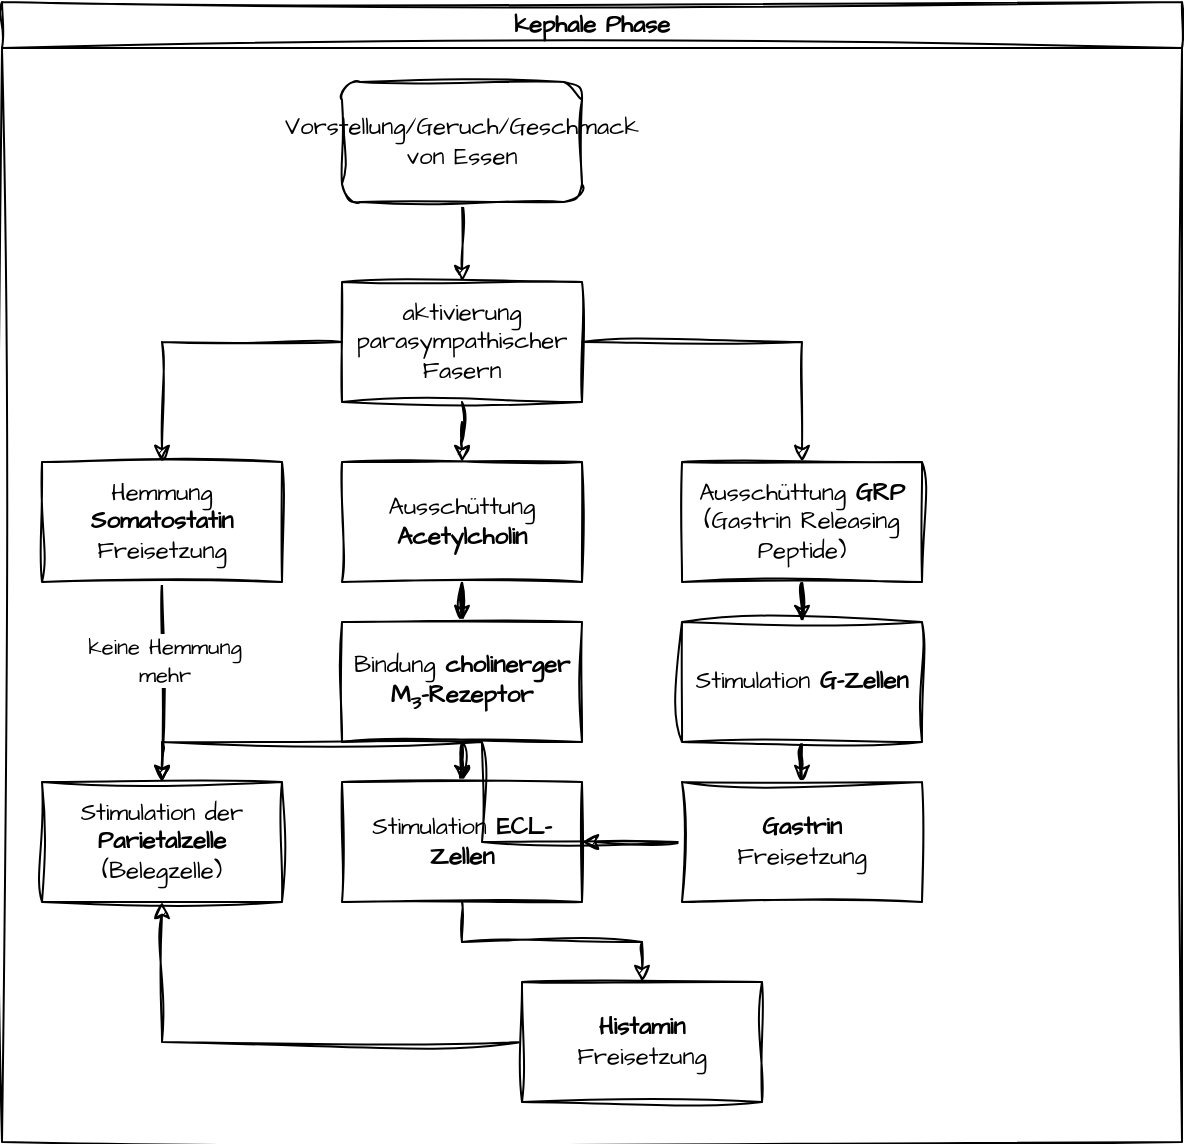
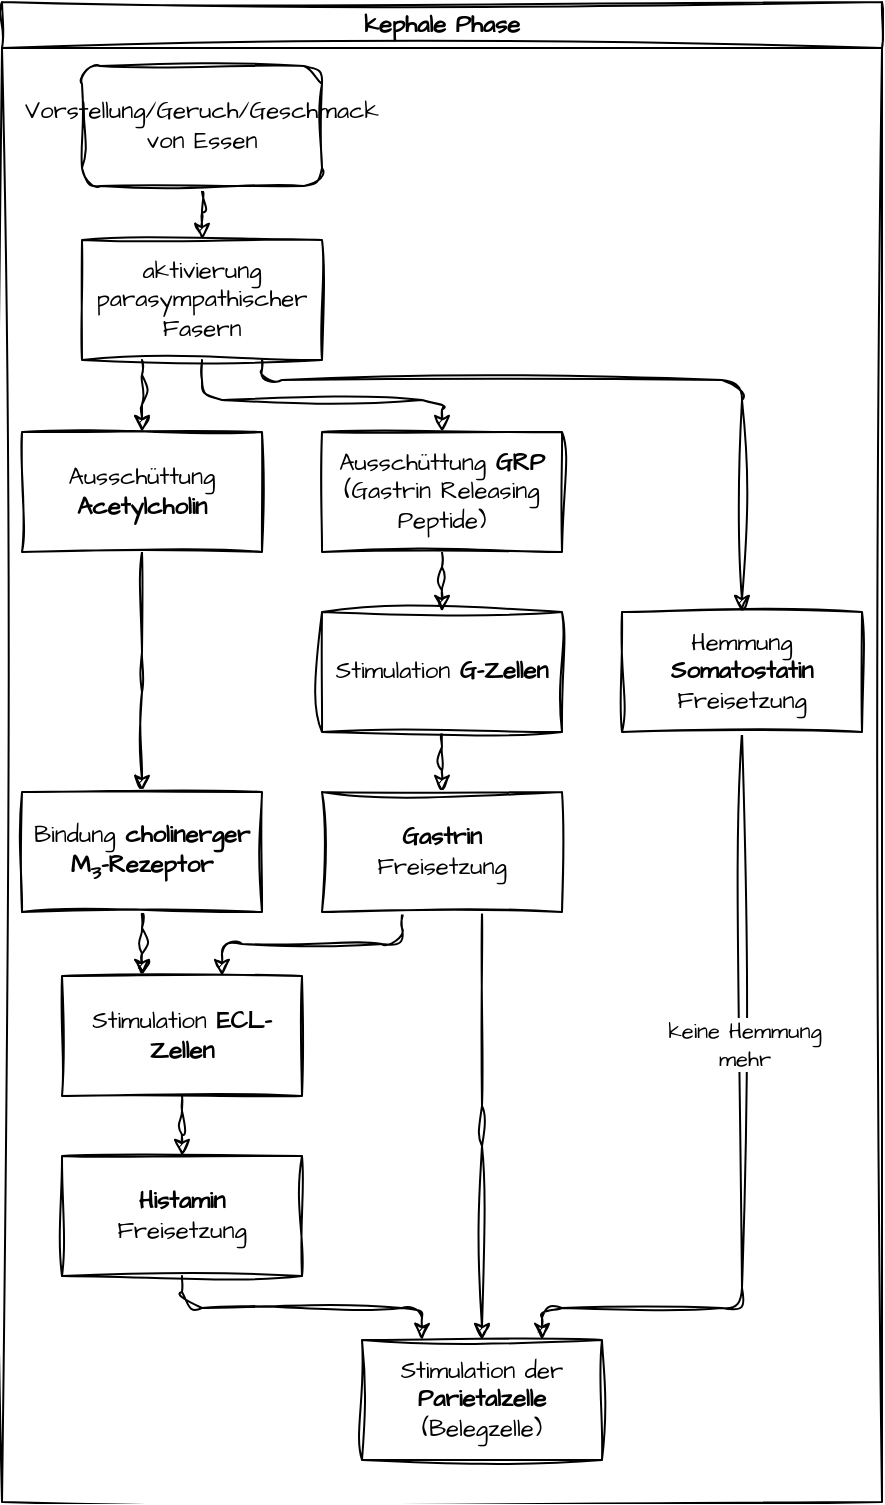
<mxfile host="app.diagrams.net">
  <diagram name="Seite-1" id="ZkxCS-knbjv807ul3-xC">
-     <mxGraphModel dx="845" dy="524" grid="1" gridSize="10" guides="1" tooltips="1" connect="1" arrows="1" fold="1" page="1" pageScale="1" pageWidth="1169" pageHeight="1169" math="0" shadow="0">
+     <mxGraphModel dx="1193" dy="740" grid="1" gridSize="10" guides="1" tooltips="1" connect="1" arrows="1" fold="1" page="1" pageScale="1" pageWidth="1169" pageHeight="1169" math="0" shadow="0">
      <root>
        <mxCell id="0" />
        <mxCell id="1" parent="0" />
        <mxCell id="Gn51nUAQPkRAiKk4klVY-2" parent="1" style="swimlane;whiteSpace=wrap;html=1;sketch=1;hachureGap=4;jiggle=2;curveFitting=1;fontFamily=Architects Daughter;fontSource=https%3A%2F%2Ffonts.googleapis.com%2Fcss%3Ffamily%3DArchitects%2BDaughter;" value="kephale Phase" vertex="1">
-           <mxGeometry height="570" width="590" x="20" y="160" as="geometry" />
+           <mxGeometry height="750" width="440" x="70" y="70" as="geometry" />
        </mxCell>
-         <mxCell id="Gn51nUAQPkRAiKk4klVY-5" edge="1" parent="Gn51nUAQPkRAiKk4klVY-2" source="Gn51nUAQPkRAiKk4klVY-3" style="edgeStyle=orthogonalEdgeStyle;rounded=0;sketch=1;hachureGap=4;jiggle=2;curveFitting=1;orthogonalLoop=1;jettySize=auto;html=1;fontFamily=Architects Daughter;fontSource=https%3A%2F%2Ffonts.googleapis.com%2Fcss%3Ffamily%3DArchitects%2BDaughter;" target="Gn51nUAQPkRAiKk4klVY-4">
-           <mxGeometry relative="1" as="geometry" />
+         <mxCell id="Gn51nUAQPkRAiKk4klVY-5" edge="1" parent="Gn51nUAQPkRAiKk4klVY-2" source="Gn51nUAQPkRAiKk4klVY-3" style="rounded=1;sketch=1;hachureGap=4;jiggle=2;curveFitting=1;orthogonalLoop=1;jettySize=auto;html=1;fontFamily=Architects Daughter;fontSource=https%3A%2F%2Ffonts.googleapis.com%2Fcss%3Ffamily%3DArchitects%2BDaughter;curved=0;exitX=0.5;exitY=1;entryX=0.5;entryY=0;edgeStyle=orthogonalEdgeStyle;" target="Gn51nUAQPkRAiKk4klVY-4">
+           <mxGeometry relative="1" as="geometry">
+             <Array as="points">
+               <mxPoint x="100" y="98" />
+             </Array>
+           </mxGeometry>
        </mxCell>
        <mxCell id="Gn51nUAQPkRAiKk4klVY-3" parent="Gn51nUAQPkRAiKk4klVY-2" style="rounded=1;whiteSpace=wrap;html=1;sketch=1;hachureGap=4;jiggle=2;curveFitting=1;fontFamily=Architects Daughter;fontSource=https%3A%2F%2Ffonts.googleapis.com%2Fcss%3Ffamily%3DArchitects%2BDaughter;" value="Vorstellung/Geruch/Geschmack von Essen" vertex="1">
-           <mxGeometry height="60" width="120" x="170" y="40" as="geometry" />
+           <mxGeometry height="60" width="120" x="40" y="32" as="geometry" />
        </mxCell>
-         <mxCell id="Gn51nUAQPkRAiKk4klVY-18" edge="1" parent="Gn51nUAQPkRAiKk4klVY-2" source="Gn51nUAQPkRAiKk4klVY-4" style="edgeStyle=orthogonalEdgeStyle;rounded=0;sketch=1;hachureGap=4;jiggle=2;curveFitting=1;orthogonalLoop=1;jettySize=auto;html=1;fontFamily=Architects Daughter;fontSource=https%3A%2F%2Ffonts.googleapis.com%2Fcss%3Ffamily%3DArchitects%2BDaughter;" target="Gn51nUAQPkRAiKk4klVY-6">
-           <mxGeometry relative="1" as="geometry" />
+         <mxCell id="Gn51nUAQPkRAiKk4klVY-18" edge="1" parent="Gn51nUAQPkRAiKk4klVY-2" source="Gn51nUAQPkRAiKk4klVY-4" style="rounded=1;sketch=1;hachureGap=4;jiggle=2;curveFitting=1;orthogonalLoop=1;jettySize=auto;html=1;fontFamily=Architects Daughter;fontSource=https%3A%2F%2Ffonts.googleapis.com%2Fcss%3Ffamily%3DArchitects%2BDaughter;curved=0;exitX=0.25;exitY=1;entryX=0.5;entryY=0;edgeStyle=orthogonalEdgeStyle;" target="Gn51nUAQPkRAiKk4klVY-6">
+           <mxGeometry relative="1" as="geometry">
+             <Array as="points">
+               <mxPoint x="70" y="194" />
+             </Array>
+           </mxGeometry>
        </mxCell>
-         <mxCell id="Gn51nUAQPkRAiKk4klVY-19" edge="1" parent="Gn51nUAQPkRAiKk4klVY-2" source="Gn51nUAQPkRAiKk4klVY-4" style="edgeStyle=orthogonalEdgeStyle;rounded=0;sketch=1;hachureGap=4;jiggle=2;curveFitting=1;orthogonalLoop=1;jettySize=auto;html=1;fontFamily=Architects Daughter;fontSource=https%3A%2F%2Ffonts.googleapis.com%2Fcss%3Ffamily%3DArchitects%2BDaughter;" target="Gn51nUAQPkRAiKk4klVY-11">
-           <mxGeometry relative="1" as="geometry" />
+         <mxCell id="Gn51nUAQPkRAiKk4klVY-19" edge="1" parent="Gn51nUAQPkRAiKk4klVY-2" source="Gn51nUAQPkRAiKk4klVY-4" style="rounded=1;sketch=1;hachureGap=4;jiggle=2;curveFitting=1;orthogonalLoop=1;jettySize=auto;html=1;fontFamily=Architects Daughter;fontSource=https%3A%2F%2Ffonts.googleapis.com%2Fcss%3Ffamily%3DArchitects%2BDaughter;curved=0;exitX=0.5;exitY=1;entryX=0.5;entryY=0;edgeStyle=orthogonalEdgeStyle;" target="Gn51nUAQPkRAiKk4klVY-11">
+           <mxGeometry relative="1" as="geometry">
+             <Array as="points">
+               <mxPoint x="100" y="199" />
+               <mxPoint x="220" y="199" />
+             </Array>
+           </mxGeometry>
        </mxCell>
-         <mxCell id="Gn51nUAQPkRAiKk4klVY-25" edge="1" parent="Gn51nUAQPkRAiKk4klVY-2" source="Gn51nUAQPkRAiKk4klVY-4" style="edgeStyle=orthogonalEdgeStyle;rounded=0;sketch=1;hachureGap=4;jiggle=2;curveFitting=1;orthogonalLoop=1;jettySize=auto;html=1;fontFamily=Architects Daughter;fontSource=https%3A%2F%2Ffonts.googleapis.com%2Fcss%3Ffamily%3DArchitects%2BDaughter;" target="Gn51nUAQPkRAiKk4klVY-24">
-           <mxGeometry relative="1" as="geometry" />
+         <mxCell id="Gn51nUAQPkRAiKk4klVY-25" edge="1" parent="Gn51nUAQPkRAiKk4klVY-2" source="Gn51nUAQPkRAiKk4klVY-4" style="rounded=1;sketch=1;hachureGap=4;jiggle=2;curveFitting=1;orthogonalLoop=1;jettySize=auto;html=1;fontFamily=Architects Daughter;fontSource=https%3A%2F%2Ffonts.googleapis.com%2Fcss%3Ffamily%3DArchitects%2BDaughter;curved=0;exitX=0.75;exitY=1;entryX=0.5;entryY=0;edgeStyle=orthogonalEdgeStyle;" target="Gn51nUAQPkRAiKk4klVY-24">
+           <mxGeometry relative="1" as="geometry">
+             <Array as="points">
+               <mxPoint x="130" y="189" />
+               <mxPoint x="370" y="189" />
+             </Array>
+           </mxGeometry>
        </mxCell>
        <mxCell id="Gn51nUAQPkRAiKk4klVY-4" parent="Gn51nUAQPkRAiKk4klVY-2" style="whiteSpace=wrap;html=1;sketch=1;hachureGap=4;jiggle=2;curveFitting=1;fontFamily=Architects Daughter;fontSource=https%3A%2F%2Ffonts.googleapis.com%2Fcss%3Ffamily%3DArchitects%2BDaughter;" value="aktivierung parasympathischer Fasern" vertex="1">
-           <mxGeometry height="60" width="120" x="170" y="140" as="geometry" />
+           <mxGeometry height="60" width="120" x="40" y="119" as="geometry" />
        </mxCell>
-         <mxCell id="Gn51nUAQPkRAiKk4klVY-20" edge="1" parent="Gn51nUAQPkRAiKk4klVY-2" source="Gn51nUAQPkRAiKk4klVY-6" style="edgeStyle=orthogonalEdgeStyle;rounded=0;sketch=1;hachureGap=4;jiggle=2;curveFitting=1;orthogonalLoop=1;jettySize=auto;html=1;fontFamily=Architects Daughter;fontSource=https%3A%2F%2Ffonts.googleapis.com%2Fcss%3Ffamily%3DArchitects%2BDaughter;" target="Gn51nUAQPkRAiKk4klVY-7">
-           <mxGeometry relative="1" as="geometry" />
+         <mxCell id="Gn51nUAQPkRAiKk4klVY-20" edge="1" parent="Gn51nUAQPkRAiKk4klVY-2" source="Gn51nUAQPkRAiKk4klVY-6" style="rounded=1;sketch=1;hachureGap=4;jiggle=2;curveFitting=1;orthogonalLoop=1;jettySize=auto;html=1;fontFamily=Architects Daughter;fontSource=https%3A%2F%2Ffonts.googleapis.com%2Fcss%3Ffamily%3DArchitects%2BDaughter;curved=0;exitX=0.5;exitY=1;entryX=0.5;entryY=0;edgeStyle=orthogonalEdgeStyle;" target="Gn51nUAQPkRAiKk4klVY-7">
+           <mxGeometry relative="1" as="geometry">
+             <Array as="points">
+               <mxPoint x="70" y="335" />
+             </Array>
+           </mxGeometry>
        </mxCell>
        <mxCell id="Gn51nUAQPkRAiKk4klVY-6" parent="Gn51nUAQPkRAiKk4klVY-2" style="whiteSpace=wrap;html=1;sketch=1;hachureGap=4;jiggle=2;curveFitting=1;fontFamily=Architects Daughter;fontSource=https%3A%2F%2Ffonts.googleapis.com%2Fcss%3Ffamily%3DArchitects%2BDaughter;" value="Ausschüttung &lt;b&gt;Acetylcholin&lt;/b&gt;" vertex="1">
-           <mxGeometry height="60" width="120" x="170" y="230" as="geometry" />
+           <mxGeometry height="60" width="120" x="10" y="215" as="geometry" />
        </mxCell>
-         <mxCell id="Gn51nUAQPkRAiKk4klVY-21" edge="1" parent="Gn51nUAQPkRAiKk4klVY-2" source="Gn51nUAQPkRAiKk4klVY-7" style="edgeStyle=orthogonalEdgeStyle;rounded=0;sketch=1;hachureGap=4;jiggle=2;curveFitting=1;orthogonalLoop=1;jettySize=auto;html=1;fontFamily=Architects Daughter;fontSource=https%3A%2F%2Ffonts.googleapis.com%2Fcss%3Ffamily%3DArchitects%2BDaughter;" target="Gn51nUAQPkRAiKk4klVY-9">
-           <mxGeometry relative="1" as="geometry" />
+         <mxCell id="Gn51nUAQPkRAiKk4klVY-21" edge="1" parent="Gn51nUAQPkRAiKk4klVY-2" source="Gn51nUAQPkRAiKk4klVY-7" style="rounded=1;sketch=1;hachureGap=4;jiggle=2;curveFitting=1;orthogonalLoop=1;jettySize=auto;html=1;fontFamily=Architects Daughter;fontSource=https%3A%2F%2Ffonts.googleapis.com%2Fcss%3Ffamily%3DArchitects%2BDaughter;curved=0;exitX=0.5;exitY=1;entryX=0.3333;entryY=0;edgeStyle=orthogonalEdgeStyle;" target="Gn51nUAQPkRAiKk4klVY-9">
+           <mxGeometry relative="1" as="geometry">
+             <Array as="points">
+               <mxPoint x="70" y="471" />
+             </Array>
+           </mxGeometry>
        </mxCell>
        <mxCell id="Gn51nUAQPkRAiKk4klVY-7" parent="Gn51nUAQPkRAiKk4klVY-2" style="whiteSpace=wrap;html=1;sketch=1;hachureGap=4;jiggle=2;curveFitting=1;fontFamily=Architects Daughter;fontSource=https%3A%2F%2Ffonts.googleapis.com%2Fcss%3Ffamily%3DArchitects%2BDaughter;" value="Bindung &lt;b&gt;cholinerger M&lt;sub&gt;3&lt;/sub&gt;-Rezeptor&lt;/b&gt;" vertex="1">
-           <mxGeometry height="60" width="120" x="170" y="310" as="geometry" />
+           <mxGeometry height="60" width="120" x="10" y="395" as="geometry" />
        </mxCell>
        <mxCell id="Gn51nUAQPkRAiKk4klVY-8" parent="Gn51nUAQPkRAiKk4klVY-2" style="whiteSpace=wrap;html=1;sketch=1;hachureGap=4;jiggle=2;curveFitting=1;fontFamily=Architects Daughter;fontSource=https%3A%2F%2Ffonts.googleapis.com%2Fcss%3Ffamily%3DArchitects%2BDaughter;" value="&lt;div&gt;Stimulation der &lt;b&gt;Parietalzelle&lt;/b&gt;&lt;/div&gt;(Belegzelle)" vertex="1">
-           <mxGeometry height="60" width="120" x="20" y="390" as="geometry" />
+           <mxGeometry height="60" width="120" x="180" y="669" as="geometry" />
        </mxCell>
        <mxCell id="Gn51nUAQPkRAiKk4klVY-9" parent="Gn51nUAQPkRAiKk4klVY-2" style="whiteSpace=wrap;html=1;sketch=1;hachureGap=4;jiggle=2;curveFitting=1;fontFamily=Architects Daughter;fontSource=https%3A%2F%2Ffonts.googleapis.com%2Fcss%3Ffamily%3DArchitects%2BDaughter;" value="Stimulation &lt;b&gt;ECL-Zellen&lt;/b&gt;" vertex="1">
-           <mxGeometry height="60" width="120" x="170" y="390" as="geometry" />
+           <mxGeometry height="60" width="120" x="30" y="487" as="geometry" />
        </mxCell>
-         <mxCell id="Gn51nUAQPkRAiKk4klVY-16" edge="1" parent="Gn51nUAQPkRAiKk4klVY-2" source="Gn51nUAQPkRAiKk4klVY-11" style="edgeStyle=orthogonalEdgeStyle;rounded=0;sketch=1;hachureGap=4;jiggle=2;curveFitting=1;orthogonalLoop=1;jettySize=auto;html=1;fontFamily=Architects Daughter;fontSource=https%3A%2F%2Ffonts.googleapis.com%2Fcss%3Ffamily%3DArchitects%2BDaughter;" target="Gn51nUAQPkRAiKk4klVY-12">
-           <mxGeometry relative="1" as="geometry" />
+         <mxCell id="Gn51nUAQPkRAiKk4klVY-16" edge="1" parent="Gn51nUAQPkRAiKk4klVY-2" source="Gn51nUAQPkRAiKk4klVY-11" style="rounded=1;sketch=1;hachureGap=4;jiggle=2;curveFitting=1;orthogonalLoop=1;jettySize=auto;html=1;fontFamily=Architects Daughter;fontSource=https%3A%2F%2Ffonts.googleapis.com%2Fcss%3Ffamily%3DArchitects%2BDaughter;curved=0;exitX=0.5;exitY=1;entryX=0.5;entryY=0;edgeStyle=orthogonalEdgeStyle;" target="Gn51nUAQPkRAiKk4klVY-12">
+           <mxGeometry relative="1" as="geometry">
+             <Array as="points">
+               <mxPoint x="220" y="290" />
+             </Array>
+           </mxGeometry>
        </mxCell>
        <mxCell id="Gn51nUAQPkRAiKk4klVY-11" parent="Gn51nUAQPkRAiKk4klVY-2" style="whiteSpace=wrap;html=1;sketch=1;hachureGap=4;jiggle=2;curveFitting=1;fontFamily=Architects Daughter;fontSource=https%3A%2F%2Ffonts.googleapis.com%2Fcss%3Ffamily%3DArchitects%2BDaughter;" value="Ausschüttung &lt;b&gt;GRP&lt;/b&gt; (Gastrin Releasing Peptide)" vertex="1">
-           <mxGeometry height="60" width="120" x="340" y="230" as="geometry" />
+           <mxGeometry height="60" width="120" x="160" y="215" as="geometry" />
        </mxCell>
-         <mxCell id="Gn51nUAQPkRAiKk4klVY-17" edge="1" parent="Gn51nUAQPkRAiKk4klVY-2" source="Gn51nUAQPkRAiKk4klVY-12" style="edgeStyle=orthogonalEdgeStyle;rounded=0;sketch=1;hachureGap=4;jiggle=2;curveFitting=1;orthogonalLoop=1;jettySize=auto;html=1;fontFamily=Architects Daughter;fontSource=https%3A%2F%2Ffonts.googleapis.com%2Fcss%3Ffamily%3DArchitects%2BDaughter;" target="Gn51nUAQPkRAiKk4klVY-13">
-           <mxGeometry relative="1" as="geometry" />
+         <mxCell id="Gn51nUAQPkRAiKk4klVY-17" edge="1" parent="Gn51nUAQPkRAiKk4klVY-2" source="Gn51nUAQPkRAiKk4klVY-12" style="rounded=1;sketch=1;hachureGap=4;jiggle=2;curveFitting=1;orthogonalLoop=1;jettySize=auto;html=1;fontFamily=Architects Daughter;fontSource=https%3A%2F%2Ffonts.googleapis.com%2Fcss%3Ffamily%3DArchitects%2BDaughter;curved=0;exitX=0.5;exitY=1;entryX=0.5;entryY=0;edgeStyle=orthogonalEdgeStyle;" target="Gn51nUAQPkRAiKk4klVY-13">
+           <mxGeometry relative="1" as="geometry">
+             <Array as="points">
+               <mxPoint x="220" y="380" />
+             </Array>
+           </mxGeometry>
        </mxCell>
        <mxCell id="Gn51nUAQPkRAiKk4klVY-12" parent="Gn51nUAQPkRAiKk4klVY-2" style="whiteSpace=wrap;html=1;sketch=1;hachureGap=4;jiggle=2;curveFitting=1;fontFamily=Architects Daughter;fontSource=https%3A%2F%2Ffonts.googleapis.com%2Fcss%3Ffamily%3DArchitects%2BDaughter;" value="Stimulation&amp;nbsp;&lt;b&gt;G-Zellen&lt;/b&gt;" vertex="1">
-           <mxGeometry height="60" width="120" x="340" y="310" as="geometry" />
+           <mxGeometry height="60" width="120" x="160" y="305" as="geometry" />
        </mxCell>
-         <mxCell id="Gn51nUAQPkRAiKk4klVY-14" edge="1" parent="Gn51nUAQPkRAiKk4klVY-2" source="Gn51nUAQPkRAiKk4klVY-13" style="edgeStyle=orthogonalEdgeStyle;rounded=0;sketch=1;hachureGap=4;jiggle=2;curveFitting=1;orthogonalLoop=1;jettySize=auto;html=1;entryX=1;entryY=0.5;entryDx=0;entryDy=0;fontFamily=Architects Daughter;fontSource=https%3A%2F%2Ffonts.googleapis.com%2Fcss%3Ffamily%3DArchitects%2BDaughter;" target="Gn51nUAQPkRAiKk4klVY-9">
-           <mxGeometry relative="1" as="geometry" />
+         <mxCell id="Gn51nUAQPkRAiKk4klVY-14" edge="1" parent="Gn51nUAQPkRAiKk4klVY-2" source="Gn51nUAQPkRAiKk4klVY-13" style="rounded=1;sketch=1;hachureGap=4;jiggle=2;curveFitting=1;orthogonalLoop=1;jettySize=auto;html=1;entryDx=0;entryDy=0;fontFamily=Architects Daughter;fontSource=https%3A%2F%2Ffonts.googleapis.com%2Fcss%3Ffamily%3DArchitects%2BDaughter;curved=0;exitX=0.3333;exitY=1;entryX=0.6667;entryY=0;edgeStyle=orthogonalEdgeStyle;" target="Gn51nUAQPkRAiKk4klVY-9">
+           <mxGeometry relative="1" as="geometry">
+             <Array as="points">
+               <mxPoint x="200" y="471" />
+               <mxPoint x="110" y="471" />
+             </Array>
+           </mxGeometry>
        </mxCell>
-         <mxCell id="Gn51nUAQPkRAiKk4klVY-15" edge="1" parent="Gn51nUAQPkRAiKk4klVY-2" source="Gn51nUAQPkRAiKk4klVY-13" style="edgeStyle=orthogonalEdgeStyle;rounded=0;sketch=1;hachureGap=4;jiggle=2;curveFitting=1;orthogonalLoop=1;jettySize=auto;html=1;entryX=0.5;entryY=0;entryDx=0;entryDy=0;fontFamily=Architects Daughter;fontSource=https%3A%2F%2Ffonts.googleapis.com%2Fcss%3Ffamily%3DArchitects%2BDaughter;" target="Gn51nUAQPkRAiKk4klVY-8">
-           <mxGeometry relative="1" as="geometry" />
+         <mxCell id="Gn51nUAQPkRAiKk4klVY-15" edge="1" parent="Gn51nUAQPkRAiKk4klVY-2" source="Gn51nUAQPkRAiKk4klVY-13" style="rounded=1;sketch=1;hachureGap=4;jiggle=2;curveFitting=1;orthogonalLoop=1;jettySize=auto;html=1;entryDx=0;entryDy=0;fontFamily=Architects Daughter;fontSource=https%3A%2F%2Ffonts.googleapis.com%2Fcss%3Ffamily%3DArchitects%2BDaughter;curved=0;exitX=0.6667;exitY=1;entryX=0.5;entryY=0;edgeStyle=orthogonalEdgeStyle;" target="Gn51nUAQPkRAiKk4klVY-8">
+           <mxGeometry relative="1" as="geometry">
+             <Array as="points">
+               <mxPoint x="240" y="562" />
+             </Array>
+           </mxGeometry>
        </mxCell>
        <mxCell id="Gn51nUAQPkRAiKk4klVY-13" parent="Gn51nUAQPkRAiKk4klVY-2" style="whiteSpace=wrap;html=1;sketch=1;hachureGap=4;jiggle=2;curveFitting=1;fontFamily=Architects Daughter;fontSource=https%3A%2F%2Ffonts.googleapis.com%2Fcss%3Ffamily%3DArchitects%2BDaughter;" value="&lt;b&gt;Gastrin&lt;/b&gt;&lt;br&gt;Freisetzung" vertex="1">
-           <mxGeometry height="60" width="120" x="340" y="390" as="geometry" />
+           <mxGeometry height="60" width="120" x="160" y="395" as="geometry" />
        </mxCell>
-         <mxCell id="Gn51nUAQPkRAiKk4klVY-26" edge="1" parent="Gn51nUAQPkRAiKk4klVY-2" source="Gn51nUAQPkRAiKk4klVY-24" style="edgeStyle=orthogonalEdgeStyle;rounded=0;sketch=1;hachureGap=4;jiggle=2;curveFitting=1;orthogonalLoop=1;jettySize=auto;html=1;fontFamily=Architects Daughter;fontSource=https%3A%2F%2Ffonts.googleapis.com%2Fcss%3Ffamily%3DArchitects%2BDaughter;" target="Gn51nUAQPkRAiKk4klVY-8">
-           <mxGeometry relative="1" as="geometry" />
+         <mxCell id="Gn51nUAQPkRAiKk4klVY-26" edge="1" parent="Gn51nUAQPkRAiKk4klVY-2" source="Gn51nUAQPkRAiKk4klVY-24" style="rounded=1;sketch=1;hachureGap=4;jiggle=2;curveFitting=1;orthogonalLoop=1;jettySize=auto;html=1;fontFamily=Architects Daughter;fontSource=https%3A%2F%2Ffonts.googleapis.com%2Fcss%3Ffamily%3DArchitects%2BDaughter;curved=0;exitX=0.5;exitY=1;entryX=0.75;entryY=0;edgeStyle=orthogonalEdgeStyle;" target="Gn51nUAQPkRAiKk4klVY-8">
+           <mxGeometry relative="1" as="geometry">
+             <Array as="points">
+               <mxPoint x="370" y="653" />
+               <mxPoint x="270" y="653" />
+             </Array>
+           </mxGeometry>
        </mxCell>
        <mxCell id="Gn51nUAQPkRAiKk4klVY-27" connectable="0" parent="Gn51nUAQPkRAiKk4klVY-26" style="edgeLabel;html=1;align=center;verticalAlign=middle;resizable=0;points=[];fontFamily=Architects Daughter;fontSource=https%3A%2F%2Ffonts.googleapis.com%2Fcss%3Ffamily%3DArchitects%2BDaughter;" value="keine Hemmung&lt;br&gt;mehr" vertex="1">
          <mxGeometry relative="1" x="-0.23" y="1" as="geometry">
            <mxPoint as="offset" />
          </mxGeometry>
        </mxCell>
        <mxCell id="Gn51nUAQPkRAiKk4klVY-24" parent="Gn51nUAQPkRAiKk4klVY-2" style="whiteSpace=wrap;html=1;sketch=1;hachureGap=4;jiggle=2;curveFitting=1;fontFamily=Architects Daughter;fontSource=https%3A%2F%2Ffonts.googleapis.com%2Fcss%3Ffamily%3DArchitects%2BDaughter;" value="Hemmung&lt;br&gt;&lt;b&gt;Somatostatin&lt;/b&gt; Freisetzung" vertex="1">
-           <mxGeometry height="60" width="120" x="20" y="230" as="geometry" />
+           <mxGeometry height="60" width="120" x="310" y="305" as="geometry" />
        </mxCell>
-         <mxCell id="Gn51nUAQPkRAiKk4klVY-23" edge="1" parent="1" source="Gn51nUAQPkRAiKk4klVY-10" style="edgeStyle=orthogonalEdgeStyle;rounded=0;sketch=1;hachureGap=4;jiggle=2;curveFitting=1;orthogonalLoop=1;jettySize=auto;html=1;fontFamily=Architects Daughter;fontSource=https%3A%2F%2Ffonts.googleapis.com%2Fcss%3Ffamily%3DArchitects%2BDaughter;" target="Gn51nUAQPkRAiKk4klVY-8">
-           <mxGeometry relative="1" as="geometry" />
+         <mxCell id="Gn51nUAQPkRAiKk4klVY-10" parent="Gn51nUAQPkRAiKk4klVY-2" style="whiteSpace=wrap;html=1;sketch=1;hachureGap=4;jiggle=2;curveFitting=1;fontFamily=Architects Daughter;fontSource=https%3A%2F%2Ffonts.googleapis.com%2Fcss%3Ffamily%3DArchitects%2BDaughter;" value="&lt;b&gt;Histamin&lt;/b&gt;&lt;br&gt;Freisetzung" vertex="1">
+           <mxGeometry height="60" width="120" x="30" y="577" as="geometry" />
        </mxCell>
-         <mxCell id="Gn51nUAQPkRAiKk4klVY-10" parent="1" style="whiteSpace=wrap;html=1;sketch=1;hachureGap=4;jiggle=2;curveFitting=1;fontFamily=Architects Daughter;fontSource=https%3A%2F%2Ffonts.googleapis.com%2Fcss%3Ffamily%3DArchitects%2BDaughter;" value="&lt;b&gt;Histamin&lt;/b&gt;&lt;br&gt;Freisetzung" vertex="1">
-           <mxGeometry height="60" width="120" x="280" y="650" as="geometry" />
+         <mxCell id="Gn51nUAQPkRAiKk4klVY-22" edge="1" parent="Gn51nUAQPkRAiKk4klVY-2" source="Gn51nUAQPkRAiKk4klVY-9" style="rounded=1;sketch=1;hachureGap=4;jiggle=2;curveFitting=1;orthogonalLoop=1;jettySize=auto;html=1;fontFamily=Architects Daughter;fontSource=https%3A%2F%2Ffonts.googleapis.com%2Fcss%3Ffamily%3DArchitects%2BDaughter;curved=0;exitX=0.5;exitY=1;entryX=0.5;entryY=0;edgeStyle=orthogonalEdgeStyle;" target="Gn51nUAQPkRAiKk4klVY-10">
+           <mxGeometry relative="1" as="geometry">
+             <Array as="points">
+               <mxPoint x="90" y="562" />
+             </Array>
+           </mxGeometry>
        </mxCell>
-         <mxCell id="Gn51nUAQPkRAiKk4klVY-22" edge="1" parent="1" source="Gn51nUAQPkRAiKk4klVY-9" style="edgeStyle=orthogonalEdgeStyle;rounded=0;sketch=1;hachureGap=4;jiggle=2;curveFitting=1;orthogonalLoop=1;jettySize=auto;html=1;fontFamily=Architects Daughter;fontSource=https%3A%2F%2Ffonts.googleapis.com%2Fcss%3Ffamily%3DArchitects%2BDaughter;" target="Gn51nUAQPkRAiKk4klVY-10">
-           <mxGeometry relative="1" as="geometry" />
+         <mxCell id="Gn51nUAQPkRAiKk4klVY-23" edge="1" parent="Gn51nUAQPkRAiKk4klVY-2" source="Gn51nUAQPkRAiKk4klVY-10" style="rounded=1;sketch=1;hachureGap=4;jiggle=2;curveFitting=1;orthogonalLoop=1;jettySize=auto;html=1;fontFamily=Architects Daughter;fontSource=https%3A%2F%2Ffonts.googleapis.com%2Fcss%3Ffamily%3DArchitects%2BDaughter;curved=0;exitX=0.5;exitY=1;entryX=0.25;entryY=0;edgeStyle=orthogonalEdgeStyle;" target="Gn51nUAQPkRAiKk4klVY-8">
+           <mxGeometry relative="1" as="geometry">
+             <Array as="points">
+               <mxPoint x="90" y="653" />
+               <mxPoint x="210" y="653" />
+             </Array>
+           </mxGeometry>
        </mxCell>
      </root>
    </mxGraphModel>
  </diagram>
</mxfile>
